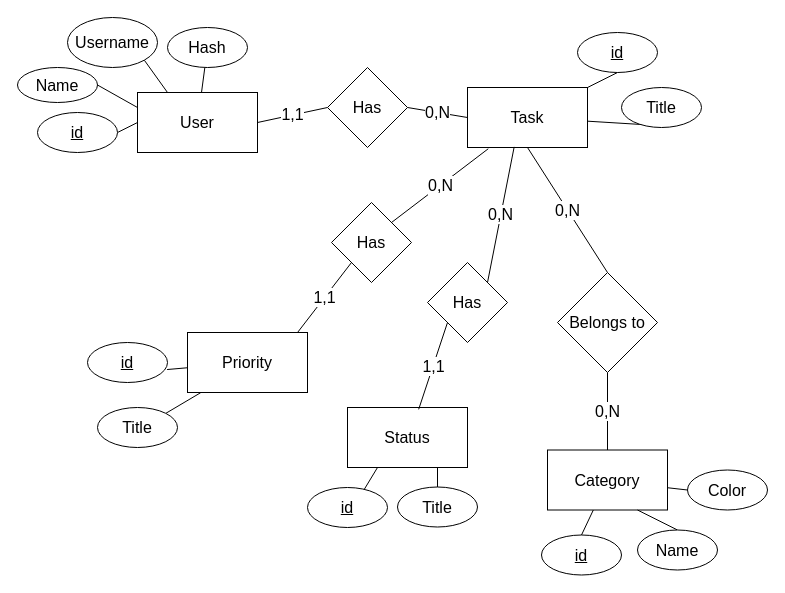
This is dbModel.drawio from Vsspaulasouza/TasksApp, a draw.io file, before an edit. Source tidied: cells renumbered, new cells numbered last; positions are measured from the earlier drawing's top-left corner, leaving out a move shared by most shapes. Both pictures are drawn from the tidied source at 100%, with x=0, y=0 at pixel (17, 17).
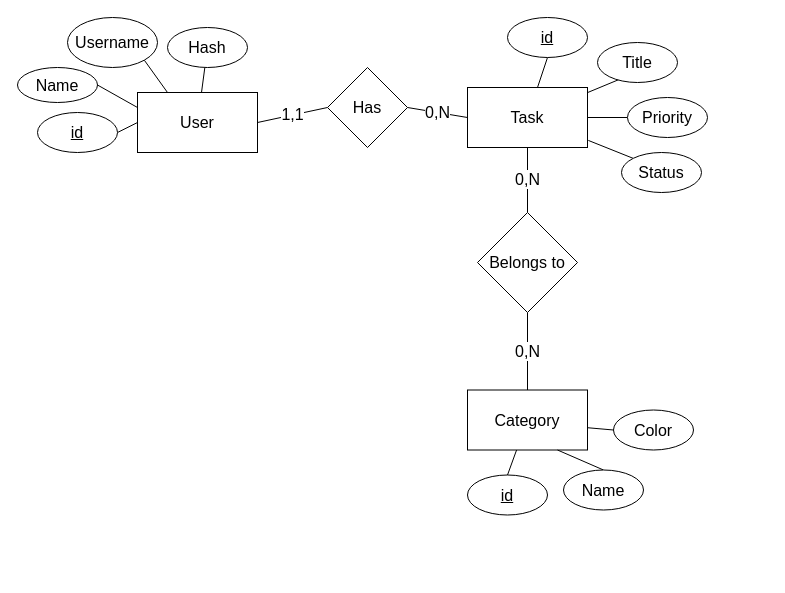
The same diagram, later.

Commit message (it also covers changes not shown here):
changing schema

The change refers to these unchanged cells:
```xml
<mxCell id="2" value="Task" style="rounded=0;whiteSpace=wrap;html=1;fontSize=16;" parent="1" vertex="1">
  <mxGeometry x="450" y="70" width="120" height="60" as="geometry" />
</mxCell>
```

What changed in the source:
```diff
@@
+    <mxCell id="45" style="edgeStyle=none;html=1;exitX=1;exitY=0.5;exitDx=0;exitDy=0;entryX=0;entryY=0.5;entryDx=0;entryDy=0;endArrow=none;endFill=0;" parent="1" edge="1" source="2" target="32">
+      <mxGeometry relative="1" as="geometry" />
+    </mxCell>
@@
     <mxCell id="4" value="&lt;u style=&quot;font-size: 16px;&quot;&gt;id&lt;/u&gt;" style="ellipse;whiteSpace=wrap;html=1;" parent="1" vertex="1">
-      <mxGeometry x="560" y="15" width="80" height="40" as="geometry" />
+      <mxGeometry x="490" width="80" height="40" as="geometry" />
     </mxCell>
@@
     <mxCell id="6" value="&lt;span style=&quot;font-size: 16px;&quot;&gt;Title&lt;/span&gt;" style="ellipse;whiteSpace=wrap;html=1;" parent="1" vertex="1">
-      <mxGeometry x="604" y="70" width="80" height="40" as="geometry" />
+      <mxGeometry x="580" y="25" width="80" height="40" as="geometry" />
     </mxCell>
@@
     <mxCell id="8" value="Category" style="rounded=0;whiteSpace=wrap;html=1;fontSize=16;" parent="1" vertex="1">
-      <mxGeometry x="530" y="432.5" width="120" height="60" as="geometry" />
+      <mxGeometry x="450" y="372.5" width="120" height="60" as="geometry" />
     </mxCell>
@@
     <mxCell id="10" value="&lt;u style=&quot;font-size: 16px;&quot;&gt;id&lt;/u&gt;" style="ellipse;whiteSpace=wrap;html=1;" parent="1" vertex="1">
-      <mxGeometry x="524" y="517.5" width="80" height="40" as="geometry" />
+      <mxGeometry x="450" y="457.5" width="80" height="40" as="geometry" />
     </mxCell>
@@
     <mxCell id="12" value="&lt;span style=&quot;font-size: 16px;&quot;&gt;Name&lt;/span&gt;" style="ellipse;whiteSpace=wrap;html=1;" parent="1" vertex="1">
-      <mxGeometry x="620" y="512.5" width="80" height="40" as="geometry" />
+      <mxGeometry x="546" y="452.5" width="80" height="40" as="geometry" />
     </mxCell>
@@
-    <mxCell id="25" value="0,N" style="edgeStyle=none;html=1;exitX=0.5;exitY=0;exitDx=0;exitDy=0;entryX=0.5;entryY=1;entryDx=0;entryDy=0;fontSize=16;endArrow=none;endFill=0;" parent="1" edge="1" source="26" target="2">
+    <mxCell id="25" value="0,N" style="edgeStyle=none;html=1;exitX=0.5;exitY=0;exitDx=0;exitDy=0;fontSize=16;endArrow=none;endFill=0;entryX=0.5;entryY=1;entryDx=0;entryDy=0;" parent="1" edge="1" source="26" target="2">
       <mxGeometry relative="1" as="geometry" />
     </mxCell>
     <mxCell id="26" value="Belongs to" style="rhombus;whiteSpace=wrap;html=1;fontSize=16;" parent="1" vertex="1">
-      <mxGeometry x="540" y="255" width="100" height="100" as="geometry" />
+      <mxGeometry x="460" y="195" width="100" height="100" as="geometry" />
     </mxCell>
-    <mxCell id="27" value="Status" style="rounded=0;whiteSpace=wrap;html=1;fontSize=16;" parent="1" vertex="1">
-      <mxGeometry x="330" y="390" width="120" height="60" as="geometry" />
-    </mxCell>
-    <mxCell id="28" style="edgeStyle=none;html=1;exitX=0.625;exitY=0.325;exitDx=0;exitDy=0;fontSize=16;endArrow=none;endFill=0;entryX=0.25;entryY=1;entryDx=0;entryDy=0;exitPerimeter=0;" parent="1" edge="1" source="29" target="27">
-      <mxGeometry relative="1" as="geometry" />
-    </mxCell>
-    <mxCell id="29" value="&lt;u style=&quot;font-size: 16px;&quot;&gt;id&lt;/u&gt;" style="ellipse;whiteSpace=wrap;html=1;" parent="1" vertex="1">
-      <mxGeometry x="290" y="470" width="80" height="40" as="geometry" />
-    </mxCell>
-    <mxCell id="30" style="edgeStyle=none;html=1;exitX=0.5;exitY=0;exitDx=0;exitDy=0;fontSize=16;endArrow=none;endFill=0;entryX=0.75;entryY=1;entryDx=0;entryDy=0;" parent="1" edge="1" source="31" target="27">
-      <mxGeometry relative="1" as="geometry" />
-    </mxCell>
-    <mxCell id="31" value="&lt;span style=&quot;font-size: 16px;&quot;&gt;Title&lt;/span&gt;" style="ellipse;whiteSpace=wrap;html=1;" parent="1" vertex="1">
-      <mxGeometry x="380" y="469.5" width="80" height="40" as="geometry" />
-    </mxCell>
-    <mxCell id="32" value="Priority" style="rounded=0;whiteSpace=wrap;html=1;fontSize=16;" parent="1" vertex="1">
-      <mxGeometry x="170" y="315" width="120" height="60" as="geometry" />
-    </mxCell>
-    <mxCell id="33" style="edgeStyle=none;html=1;exitX=0.995;exitY=0.676;exitDx=0;exitDy=0;fontSize=16;endArrow=none;endFill=0;exitPerimeter=0;" parent="1" edge="1" source="34" target="32">
-      <mxGeometry relative="1" as="geometry" />
-    </mxCell>
-    <mxCell id="34" value="&lt;u style=&quot;font-size: 16px;&quot;&gt;id&lt;/u&gt;" style="ellipse;whiteSpace=wrap;html=1;" parent="1" vertex="1">
-      <mxGeometry x="70" y="325" width="80" height="40" as="geometry" />
-    </mxCell>
-    <mxCell id="35" style="edgeStyle=none;html=1;exitX=1;exitY=0;exitDx=0;exitDy=0;fontSize=16;endArrow=none;endFill=0;entryX=0.11;entryY=1.003;entryDx=0;entryDy=0;entryPerimeter=0;" parent="1" edge="1" source="36" target="32">
-      <mxGeometry relative="1" as="geometry" />
-    </mxCell>
-    <mxCell id="36" value="&lt;span style=&quot;font-size: 16px;&quot;&gt;Title&lt;/span&gt;" style="ellipse;whiteSpace=wrap;html=1;" parent="1" vertex="1">
-      <mxGeometry x="80" y="390" width="80" height="40" as="geometry" />
-    </mxCell>
-    <mxCell id="37" value="1,1" style="edgeStyle=none;html=1;exitX=0;exitY=1;exitDx=0;exitDy=0;entryX=0.917;entryY=0;entryDx=0;entryDy=0;entryPerimeter=0;fontSize=16;endArrow=none;endFill=0;" parent="1" edge="1" source="39" target="32">
-      <mxGeometry relative="1" as="geometry" />
-    </mxCell>
-    <mxCell id="38" value="0,N" style="edgeStyle=none;html=1;exitX=1;exitY=0;exitDx=0;exitDy=0;entryX=0.173;entryY=1.021;entryDx=0;entryDy=0;entryPerimeter=0;fontSize=16;endArrow=none;endFill=0;" parent="1" edge="1" source="39" target="2">
-      <mxGeometry relative="1" as="geometry" />
-    </mxCell>
-    <mxCell id="39" value="Has" style="rhombus;whiteSpace=wrap;html=1;fontSize=16;" parent="1" vertex="1">
-      <mxGeometry x="314" y="185" width="80" height="80" as="geometry" />
-    </mxCell>
-    <mxCell id="40" value="0,N" style="edgeStyle=none;html=1;exitX=1;exitY=0;exitDx=0;exitDy=0;entryX=0.389;entryY=0.99;entryDx=0;entryDy=0;entryPerimeter=0;fontSize=16;endArrow=none;endFill=0;" parent="1" edge="1" source="42" target="2">
-      <mxGeometry relative="1" as="geometry" />
-    </mxCell>
-    <mxCell id="41" value="1,1" style="edgeStyle=none;html=1;exitX=0;exitY=1;exitDx=0;exitDy=0;entryX=0.593;entryY=0.031;entryDx=0;entryDy=0;entryPerimeter=0;fontSize=16;endArrow=none;endFill=0;" parent="1" edge="1" source="42" target="27">
-      <mxGeometry relative="1" as="geometry" />
-    </mxCell>
-    <mxCell id="42" value="Has" style="rhombus;whiteSpace=wrap;html=1;fontSize=16;" parent="1" vertex="1">
-      <mxGeometry x="410" y="245" width="80" height="80" as="geometry" />
-    </mxCell>
@@
     <mxCell id="44" value="&lt;span style=&quot;font-size: 16px;&quot;&gt;Color&lt;/span&gt;" style="ellipse;whiteSpace=wrap;html=1;" parent="1" vertex="1">
-      <mxGeometry x="670" y="452.5" width="80" height="40" as="geometry" />
+      <mxGeometry x="596" y="392.5" width="80" height="40" as="geometry" />
     </mxCell>
+    <mxCell id="32" value="&lt;span style=&quot;font-size: 16px;&quot;&gt;Priority&lt;br&gt;&lt;/span&gt;" style="ellipse;whiteSpace=wrap;html=1;" parent="1" vertex="1">
+      <mxGeometry x="610" y="80" width="80" height="40" as="geometry" />
+    </mxCell>
+    <mxCell id="46" style="edgeStyle=none;html=1;exitX=0;exitY=0;exitDx=0;exitDy=0;entryX=1.007;entryY=0.882;entryDx=0;entryDy=0;entryPerimeter=0;endArrow=none;endFill=0;" parent="1" edge="1" source="27" target="2">
+      <mxGeometry relative="1" as="geometry" />
+    </mxCell>
+    <mxCell id="27" value="&lt;span style=&quot;font-size: 16px;&quot;&gt;Status&lt;br&gt;&lt;/span&gt;" style="ellipse;whiteSpace=wrap;html=1;" parent="1" vertex="1">
+      <mxGeometry x="604" y="135" width="80" height="40" as="geometry" />
+    </mxCell>
```
